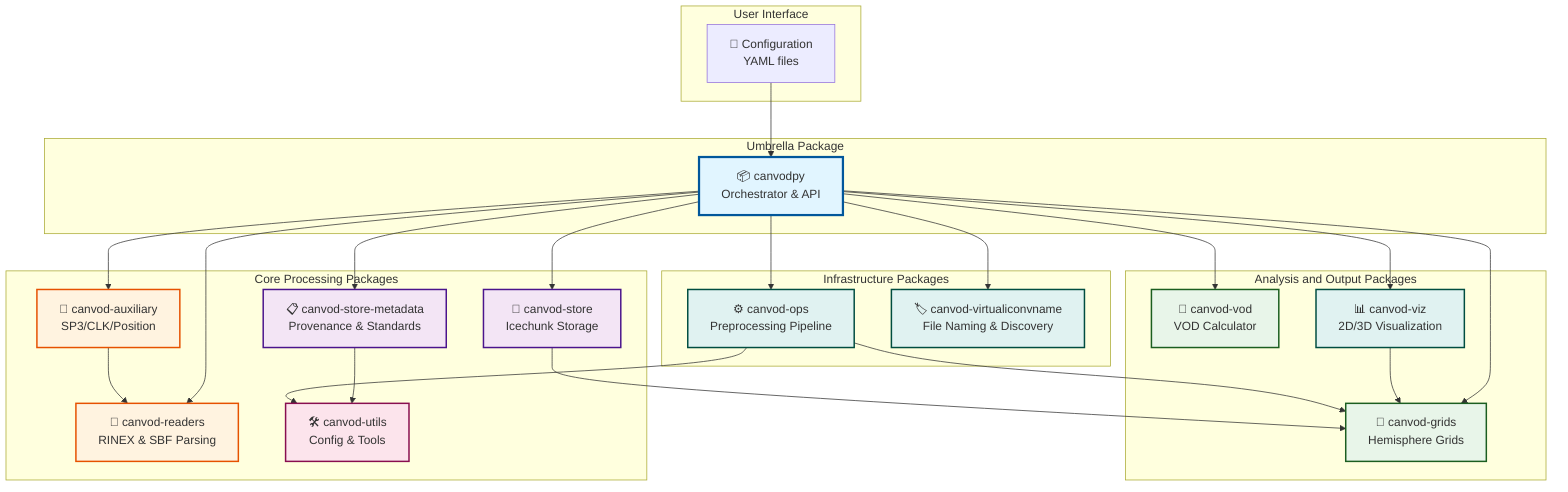
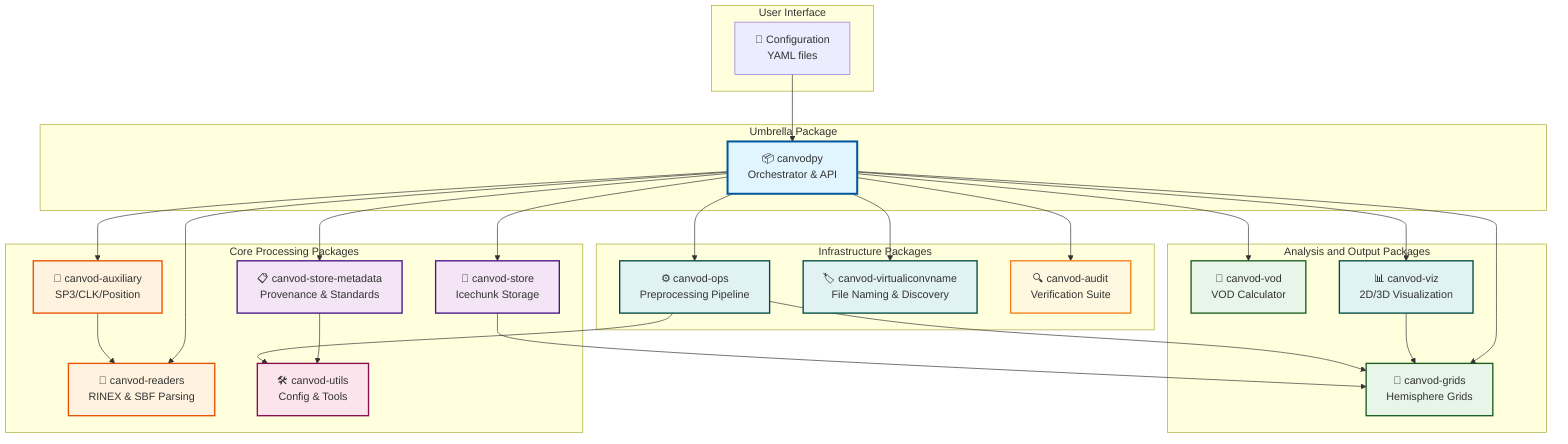
graph TB
    subgraph UI[User Interface]
        Config["🔧 Configuration<br/>YAML files"]
    end

    subgraph Umbrella[Umbrella Package]
        Canvodpy["📦 canvodpy<br/>Orchestrator & API"]
    end

    subgraph CorePkg[Core Processing Packages]
        Readers["📖 canvod-readers<br/>RINEX & SBF Parsing"]
        Aux["📡 canvod-auxiliary<br/>SP3/CLK/Position"]
        Store["💾 canvod-store<br/>Icechunk Storage"]
        StoreMeta["📋 canvod-store-metadata<br/>Provenance & Standards"]
        Utils["🛠️ canvod-utils<br/>Config & Tools"]
    end

    subgraph AnalysisPkg[Analysis and Output Packages]
        VOD["🌳 canvod-vod<br/>VOD Calculator"]
        Grids["🔲 canvod-grids<br/>Hemisphere Grids"]
        Viz["📊 canvod-viz<br/>2D/3D Visualization"]
    end

    subgraph InfraPkg[Infrastructure Packages]
        Ops["⚙️ canvod-ops<br/>Preprocessing Pipeline"]
        Naming["🏷️ canvod-virtualiconvname<br/>File Naming & Discovery"]
+         Audit["🔍 canvod-audit<br/>Verification Suite"]
    end

    Config --> Canvodpy
    Canvodpy --> Readers
    Canvodpy --> Aux
    Canvodpy --> Store
    Canvodpy --> StoreMeta
    Canvodpy --> VOD
    Canvodpy --> Grids
    Canvodpy --> Viz
    Canvodpy --> Ops
    Canvodpy --> Naming
+     Canvodpy --> Audit

    Aux --> Readers
    Store --> Grids
    StoreMeta --> Utils
    Viz --> Grids
    Ops --> Grids
    Ops --> Utils

    style Canvodpy fill:#e1f5ff,stroke:#01579b,stroke-width:3px
    style Readers fill:#fff3e0,stroke:#e65100,stroke-width:2px
    style Aux fill:#fff3e0,stroke:#e65100,stroke-width:2px
    style Store fill:#f3e5f5,stroke:#4a148c,stroke-width:2px
    style StoreMeta fill:#f3e5f5,stroke:#4a148c,stroke-width:2px
    style VOD fill:#e8f5e9,stroke:#1b5e20,stroke-width:2px
    style Grids fill:#e8f5e9,stroke:#1b5e20,stroke-width:2px
    style Viz fill:#e0f2f1,stroke:#004d40,stroke-width:2px
    style Utils fill:#fce4ec,stroke:#880e4f,stroke-width:2px
    style Ops fill:#e0f2f1,stroke:#004d40,stroke-width:2px
    style Naming fill:#e0f2f1,stroke:#004d40,stroke-width:2px
+     style Audit fill:#fff8e1,stroke:#f57f17,stroke-width:2px
